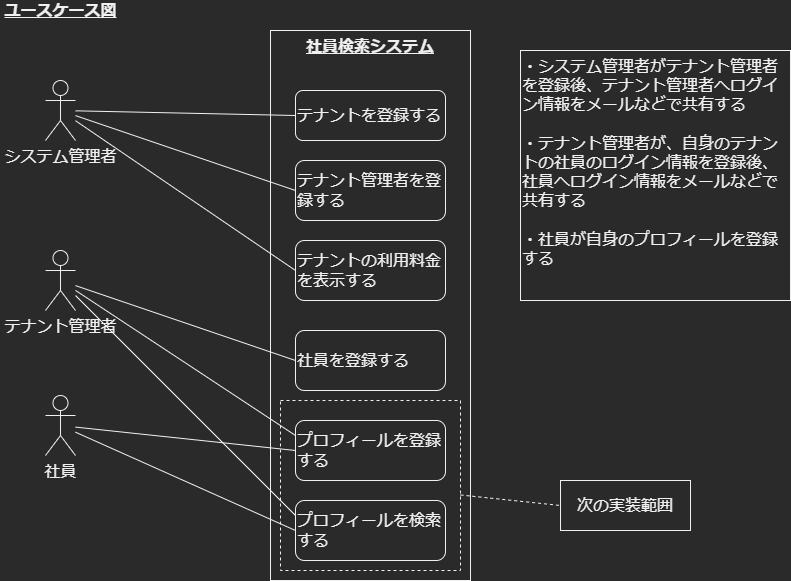
Above: docs/diagrams/src/ユースケース図.png in q23isline/reinventing_the_wheel (draw.io), before the change. Source tidied: cells renumbered, new cells last; positions are measured from the earlier drawing's top-left corner, leaving out a move shared by most shapes.
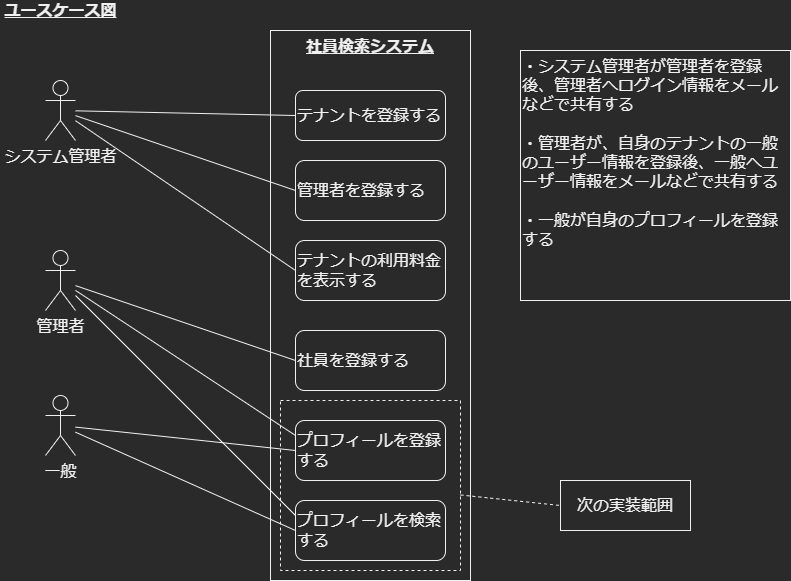
The same file after the commit.

The edit, as a diff of the source:
```diff
@@ -29,7 +29,7 @@
     <mxCell id="10" value="テナントを登録する" style="rounded=1;whiteSpace=wrap;html=1;fontSize=16;align=left;verticalAlign=middle;" parent="1" vertex="1">
       <mxGeometry x="295" y="90" width="150" height="50" as="geometry" />
     </mxCell>
-    <mxCell id="11" value="テナント管理者を登録する" style="rounded=1;whiteSpace=wrap;html=1;fontSize=16;align=left;verticalAlign=middle;" parent="1" vertex="1">
+    <mxCell id="11" value="管理者を登録する" style="rounded=1;whiteSpace=wrap;html=1;fontSize=16;align=left;verticalAlign=middle;" parent="1" vertex="1">
       <mxGeometry x="295" y="160" width="150" height="60" as="geometry" />
     </mxCell>
     <mxCell id="12" value="テナントの利用料金を表示する" style="rounded=1;whiteSpace=wrap;html=1;fontSize=16;align=left;verticalAlign=middle;" parent="1" vertex="1">
@@ -44,7 +44,7 @@
     <mxCell id="15" style="edgeStyle=none;rounded=0;jettySize=auto;html=1;entryX=0;entryY=0.25;entryDx=0;entryDy=0;fontSize=16;endArrow=none;endFill=0;" parent="1" edge="1" source="16" target="23">
       <mxGeometry relative="1" as="geometry" />
     </mxCell>
-    <mxCell id="16" value="テナント管理者" style="shape=umlActor;verticalLabelPosition=bottom;verticalAlign=top;html=1;outlineConnect=0;fontSize=16;" parent="1" vertex="1">
+    <mxCell id="16" value="管理者" style="shape=umlActor;verticalLabelPosition=bottom;verticalAlign=top;html=1;outlineConnect=0;fontSize=16;" parent="1" vertex="1">
       <mxGeometry x="45" y="250" width="30" height="60" as="geometry" />
     </mxCell>
     <mxCell id="17" value="社員を登録する" style="rounded=1;whiteSpace=wrap;html=1;fontSize=16;align=left;verticalAlign=middle;" parent="1" vertex="1">
@@ -56,13 +56,13 @@
     <mxCell id="19" style="edgeStyle=none;rounded=0;jettySize=auto;html=1;entryX=0;entryY=0.5;entryDx=0;entryDy=0;fontSize=16;endArrow=none;endFill=0;" parent="1" edge="1" source="20" target="23">
       <mxGeometry relative="1" as="geometry" />
     </mxCell>
-    <mxCell id="20" value="社員" style="shape=umlActor;verticalLabelPosition=bottom;verticalAlign=top;html=1;outlineConnect=0;fontSize=16;" parent="1" vertex="1">
+    <mxCell id="20" value="一般" style="shape=umlActor;verticalLabelPosition=bottom;verticalAlign=top;html=1;outlineConnect=0;fontSize=16;" parent="1" vertex="1">
       <mxGeometry x="45" y="395" width="30" height="60" as="geometry" />
     </mxCell>
     <mxCell id="21" value="プロフィールを登録する" style="rounded=1;whiteSpace=wrap;html=1;fontSize=16;align=left;verticalAlign=middle;" parent="1" vertex="1">
       <mxGeometry x="295" y="420" width="150" height="60" as="geometry" />
     </mxCell>
-    <mxCell id="22" value="・システム管理者がテナント管理者を登録後、テナント管理者へログイン情報をメールなどで共有する&lt;br&gt;&lt;br&gt;・テナント管理者が、自身のテナントの社員のログイン情報を登録後、社員へログイン情報をメールなどで共有する&lt;br&gt;&lt;br&gt;・社員が自身のプロフィールを登録する" style="rounded=0;whiteSpace=wrap;html=1;fontSize=16;align=left;verticalAlign=top;" parent="1" vertex="1">
+    <mxCell id="22" value="・システム管理者が管理者を登録後、管理者へログイン情報をメールなどで共有する&lt;br&gt;&lt;br&gt;・管理者が、自身のテナントの一般のユーザー情報を登録後、一般へユーザー情報をメールなどで共有する&lt;br&gt;&lt;br&gt;・一般が自身のプロフィールを登録する" style="rounded=0;whiteSpace=wrap;html=1;fontSize=16;align=left;verticalAlign=top;" parent="1" vertex="1">
       <mxGeometry x="520" y="50" width="270" height="250" as="geometry" />
     </mxCell>
     <mxCell id="23" value="プロフィールを検索する" style="rounded=1;whiteSpace=wrap;html=1;fontSize=16;align=left;verticalAlign=middle;" parent="1" vertex="1">
```
